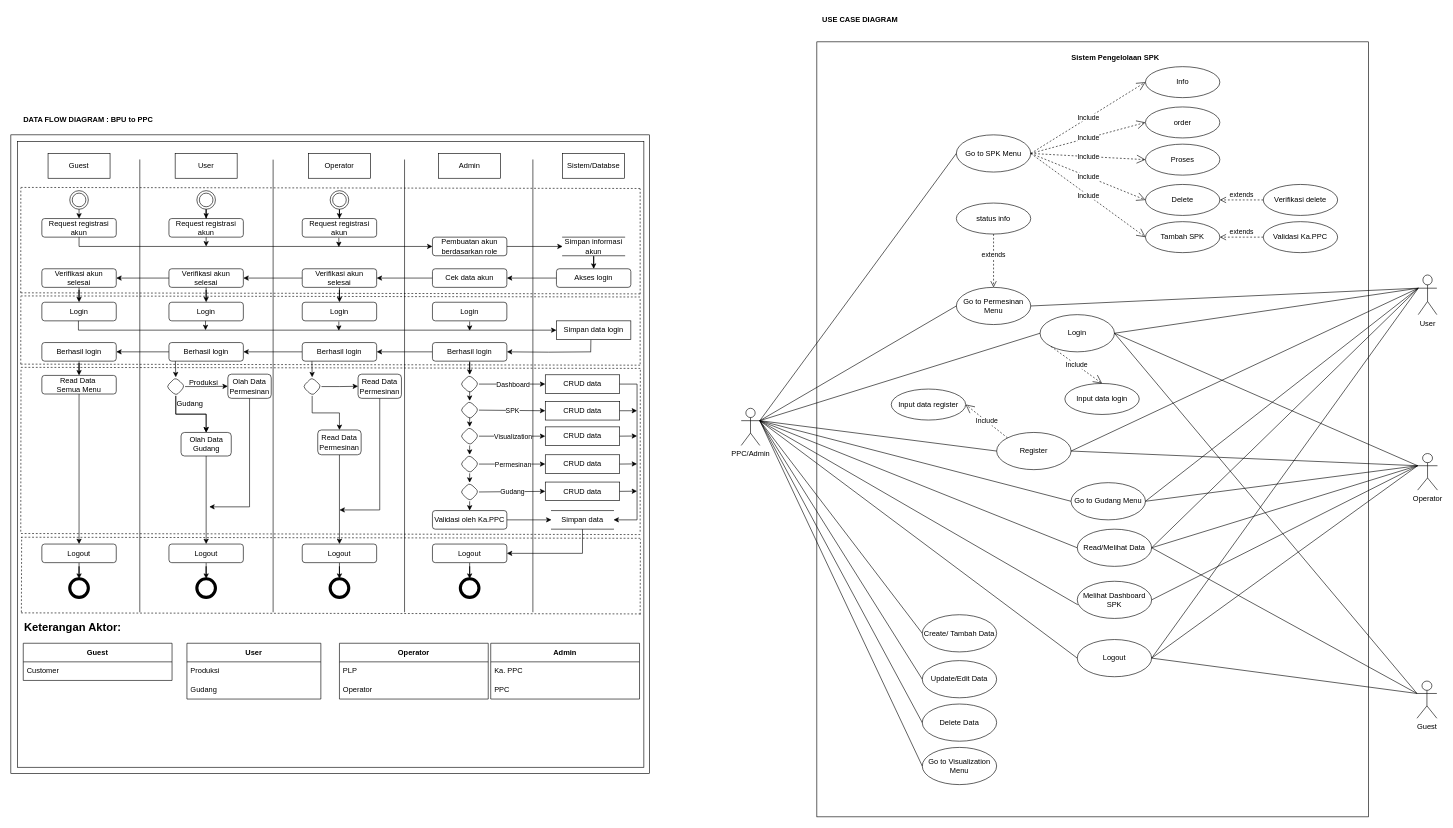
Before: UCD - DFD progres rev.drawio in rdhst/ERD-Draw-IO, a draw.io diagram. Source tidied: cells renumbered, new cells numbered last; positions are measured from the earlier drawing's top-left corner, leaving out a move shared by most shapes. Both pictures are drawn from the tidied source at 62%, with x=0, y=0 at pixel (11, 11).
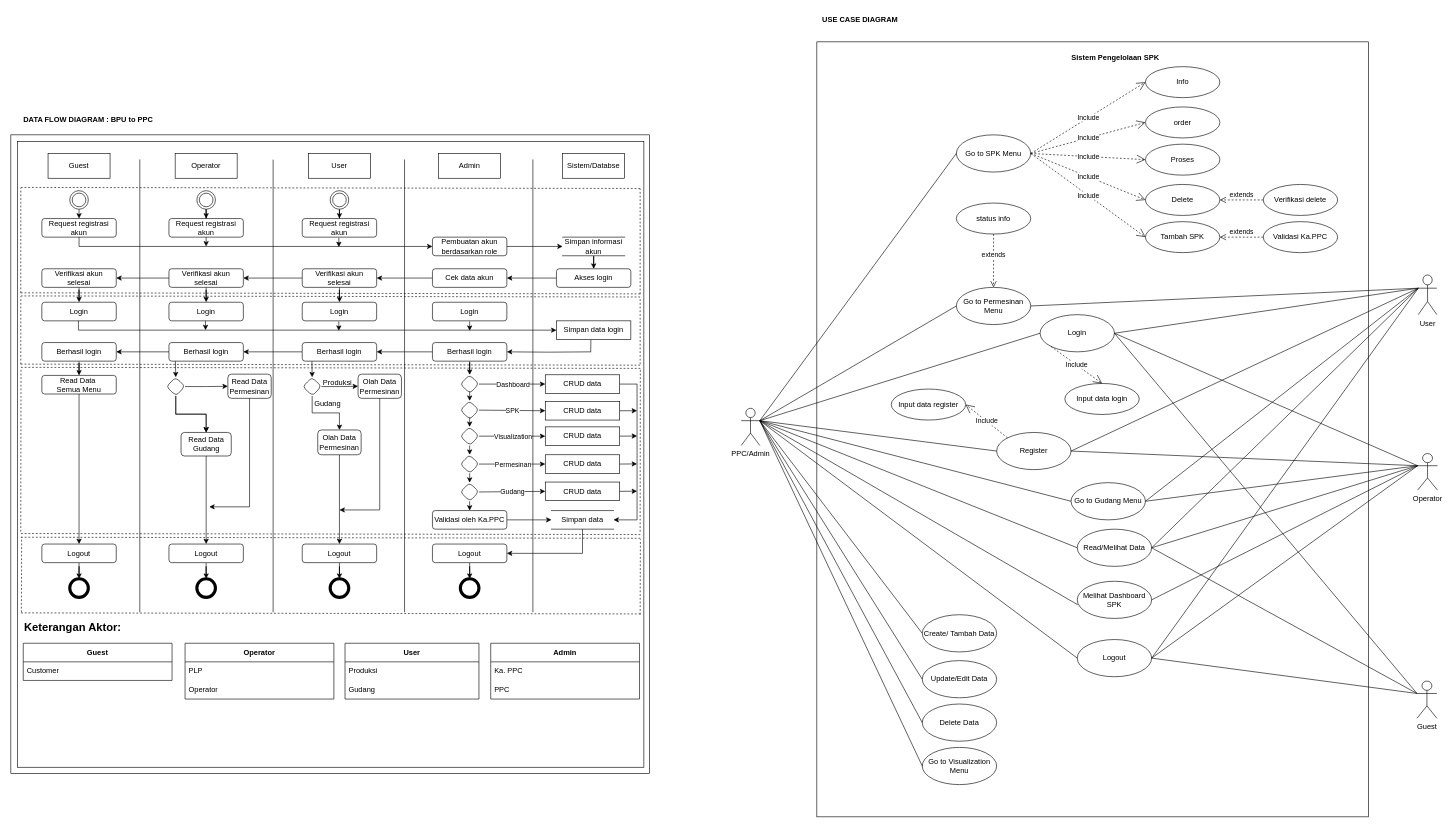
Above is the later version.

The edit, as a diff of the source:
```diff
@@
-    <mxCell id="66" value="User" style="whiteSpace=wrap;html=1;align=center;" parent="1" vertex="1">
+    <mxCell id="66" value="Operator" style="whiteSpace=wrap;html=1;align=center;" parent="1" vertex="1">
       <mxGeometry x="265" y="230" width="100" height="40" as="geometry" />
     </mxCell>
@@
-    <mxCell id="76" value="Operator" style="whiteSpace=wrap;html=1;align=center;" parent="1" vertex="1">
+    <mxCell id="76" value="User" style="whiteSpace=wrap;html=1;align=center;" parent="1" vertex="1">
       <mxGeometry x="480" y="230" width="100" height="40" as="geometry" />
     </mxCell>
@@
-    <mxCell id="171" value="Olah Data Gudang" style="whiteSpace=wrap;html=1;rounded=1;" parent="1" vertex="1">
+    <mxCell id="171" value="Read Data Gudang" style="whiteSpace=wrap;html=1;rounded=1;" parent="1" vertex="1">
       <mxGeometry x="274.5" y="680" width="81" height="38" as="geometry" />
     </mxCell>
-    <mxCell id="172" value="Olah Data Permesinan" style="whiteSpace=wrap;html=1;rounded=1;" parent="1" vertex="1">
+    <mxCell id="172" value="Read Data Permesinan" style="whiteSpace=wrap;html=1;rounded=1;" parent="1" vertex="1">
       <mxGeometry x="350" y="586" width="70" height="39" as="geometry" />
     </mxCell>
@@
-    <mxCell id="174" value="Produksi" style="text;html=1;align=center;verticalAlign=middle;whiteSpace=wrap;rounded=0;" parent="1" vertex="1">
-      <mxGeometry x="305.5" y="599" width="10" height="2" as="geometry" />
-    </mxCell>
@@
     <mxCell id="176" value="Gudang" style="text;html=1;align=center;verticalAlign=middle;whiteSpace=wrap;rounded=0;" parent="1" vertex="1">
-      <mxGeometry x="284" y="633" width="10" height="2" as="geometry" />
+      <mxGeometry x="506" y="633" width="10" height="2" as="geometry" />
     </mxCell>
@@
-    <mxCell id="181" value="Read Data Permesinan" style="whiteSpace=wrap;html=1;rounded=1;" parent="1" vertex="1">
+    <mxCell id="181" value="Olah Data Permesinan" style="whiteSpace=wrap;html=1;rounded=1;" parent="1" vertex="1">
       <mxGeometry x="560" y="586" width="70" height="39" as="geometry" />
     </mxCell>
@@
-    <mxCell id="183" value="Read Data Permesinan" style="whiteSpace=wrap;html=1;rounded=1;" parent="1" vertex="1">
+    <mxCell id="183" value="Olah Data Permesinan" style="whiteSpace=wrap;html=1;rounded=1;" parent="1" vertex="1">
       <mxGeometry x="495" y="676" width="70" height="40" as="geometry" />
     </mxCell>
@@
     <mxCell id="211" value="&lt;b&gt;User&lt;/b&gt;" style="swimlane;fontStyle=0;horizontal=1;startSize=30;whiteSpace=wrap;html=1;" parent="1" vertex="1">
-      <mxGeometry x="284" y="1020" width="216" height="90" as="geometry" />
+      <mxGeometry x="539" y="1020" width="216" height="90" as="geometry" />
     </mxCell>
@@
     <mxCell id="214" value="&lt;b&gt;Operator&lt;/b&gt;" style="swimlane;fontStyle=0;horizontal=1;startSize=30;whiteSpace=wrap;html=1;" parent="1" vertex="1">
-      <mxGeometry x="530" y="1020" width="240" height="90" as="geometry" />
+      <mxGeometry x="281" y="1020" width="240" height="90" as="geometry" />
     </mxCell>
@@
+    <mxCell id="174" value="Produksi" style="text;html=1;align=center;verticalAlign=middle;whiteSpace=wrap;rounded=0;" parent="1" vertex="1">
+      <mxGeometry x="521.5" y="599" width="10" height="2" as="geometry" />
+    </mxCell>
```
